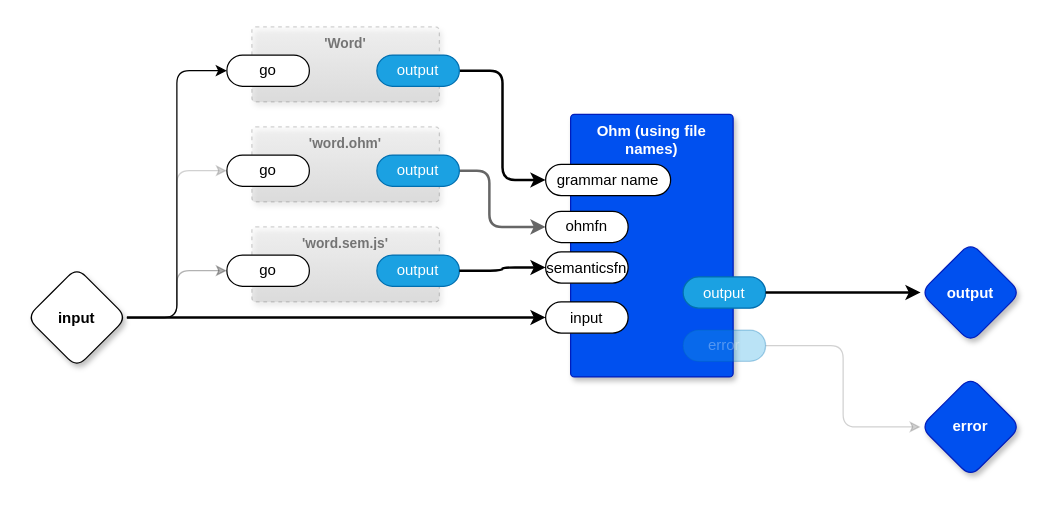
This is page "Delineate Words" (2 of 11) of preprocess/preprocess.drawio from guitarvydas/ceptre, a draw.io file, before an edit. Source tidied: cells renumbered, new cells numbered last; positions are measured from the earlier drawing's top-left corner, leaving out a move shared by most shapes. Both pictures are drawn from the tidied source at 125%, with x=0, y=0 at pixel (26, 26).
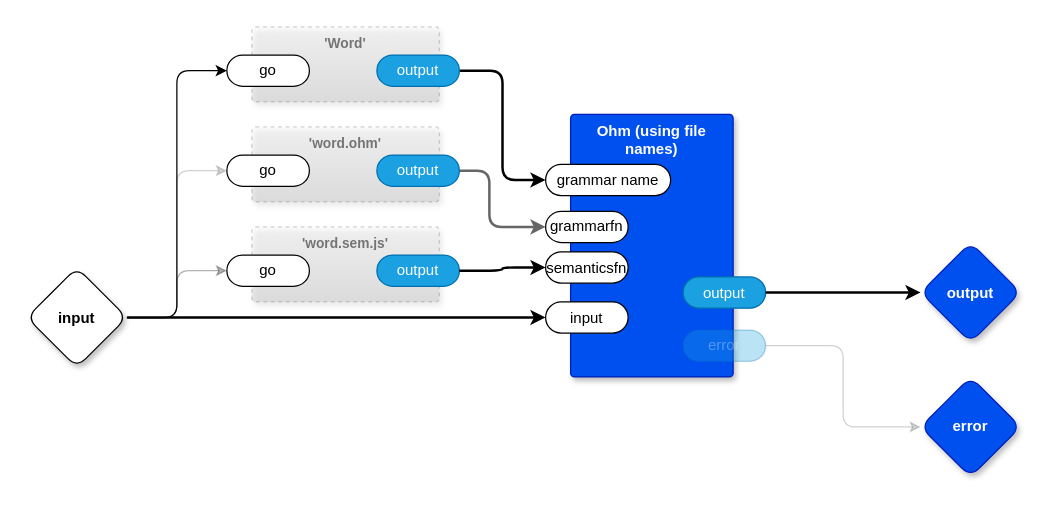
After the change.

Unchanged cells that the change refers to:
```xml
<mxCell id="3" value="Ohm (using file names)" style="rounded=1;whiteSpace=wrap;html=1;sketch=0;verticalAlign=top;arcSize=6;fontStyle=1;absoluteArcSize=1;shadow=1;strokeColor=#001DBC;fillColor=#0050ef;fontColor=#ffffff;" parent="1" vertex="1">
  <mxGeometry x="435" y="70" width="130" height="210" as="geometry" />
</mxCell>
```

Diff of the diagram source:
```diff
@@
-    <mxCell id="4" value="ohmfn" style="rounded=1;whiteSpace=wrap;html=1;sketch=0;points=[[0,0.5,0,0,0],[1,0.5,0,0,0]];arcSize=50;" parent="3" vertex="1">
+    <mxCell id="4" value="grammarfn" style="rounded=1;whiteSpace=wrap;html=1;sketch=0;points=[[0,0.5,0,0,0],[1,0.5,0,0,0]];arcSize=50;" parent="3" vertex="1">
       <mxGeometry x="-20" y="77.5" width="66" height="25" as="geometry" />
     </mxCell>
```
